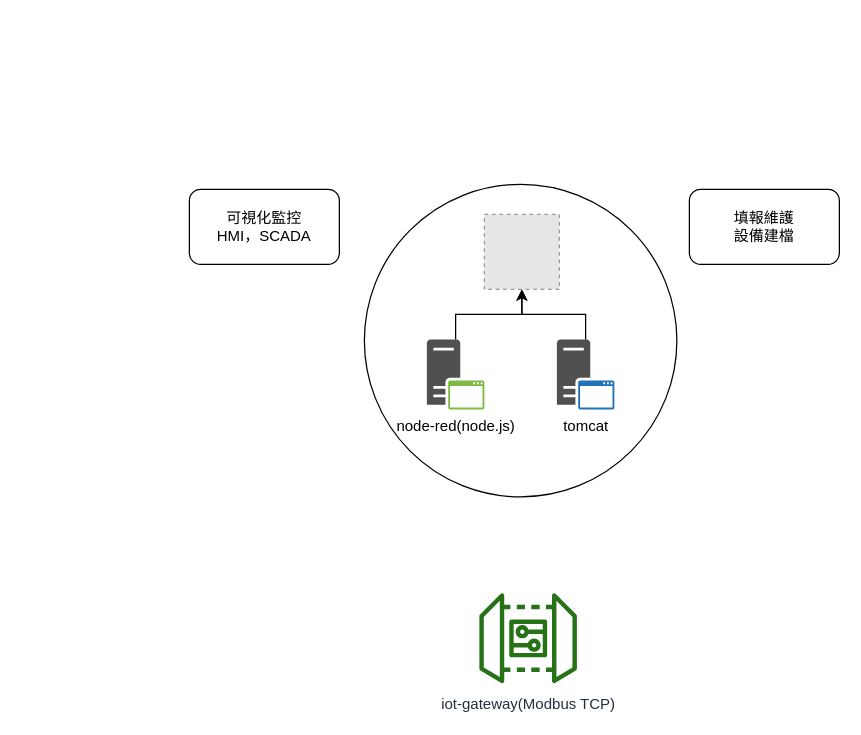
The draw.io diagram iot_env_ctrl_basic.drawio in FR-TW/frapp_iot_doc, before the edit. Source tidied: cells renumbered, new cells numbered last; positions are measured from the earlier drawing's top-left corner, leaving out a move shared by most shapes. Both pictures are drawn from the tidied source at 125%, with x=0, y=0 at pixel (189, 184). Pictures stored in the file or linked from it are replaced by grey dashed boxes.
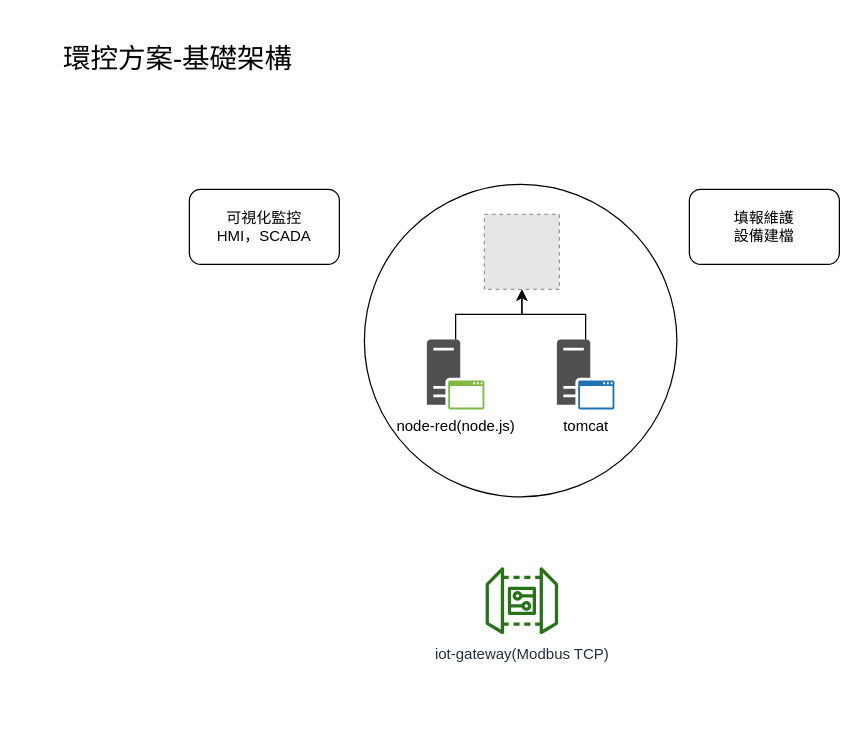
After the change.

Change to the diagram source:
```diff
@@
 <mxGraphModel>
   <root>
     <mxCell id="0" />
     <mxCell id="1" parent="0" />
     <mxCell id="2" style="ellipse;whiteSpace=wrap;html=1;" parent="1" vertex="1">
       <mxGeometry x="140" width="250" height="250" as="geometry" />
     </mxCell>
     <mxCell id="3" value="填報維護&lt;br&gt;設備建檔" style="rounded=1;whiteSpace=wrap;html=1;" parent="1" vertex="1">
       <mxGeometry x="400" y="4" width="120" height="60" as="geometry" />
     </mxCell>
     <mxCell id="4" value="可視化監控&lt;br&gt;HMI，SCADA" style="rounded=1;whiteSpace=wrap;html=1;" parent="1" vertex="1">
       <mxGeometry y="4" width="120" height="60" as="geometry" />
     </mxCell>
     <mxCell id="5" value="tomcat" style="shadow=0;dashed=0;html=1;strokeColor=none;fillColor=#505050;labelPosition=center;verticalLabelPosition=bottom;verticalAlign=top;outlineConnect=0;align=center;shape=mxgraph.office.servers.application_server_blue;" parent="1" vertex="1">
       <mxGeometry x="294" y="124" width="46" height="56" as="geometry" />
     </mxCell>
     <mxCell id="6" value="node-red(node.js)" style="shadow=0;dashed=0;html=1;strokeColor=none;fillColor=#505050;labelPosition=center;verticalLabelPosition=bottom;verticalAlign=top;outlineConnect=0;align=center;shape=mxgraph.office.servers.application_server_green;" parent="1" vertex="1">
       <mxGeometry x="190" y="124" width="46" height="56" as="geometry" />
     </mxCell>
     <mxCell id="7" value="iot-gateway(Modbus TCP)" style="fontColor=#232F3E;gradientColor=none;fillColor=#277116;strokeColor=none;dashed=0;verticalLabelPosition=bottom;verticalAlign=top;align=center;html=1;fontSize=12;fontStyle=0;shape=mxgraph.aws4.iot_device_gateway;" parent="1" vertex="1">
-      <mxGeometry x="232" y="324" width="78" height="78" as="geometry" />
+      <mxGeometry x="237" y="304" width="58" height="58" as="geometry" />
     </mxCell>
     <mxCell id="8" style="edgeStyle=orthogonalEdgeStyle;rounded=0;jettySize=auto;html=1;startArrow=classic;startFill=1;endArrow=none;endFill=0;" parent="1" edge="1" source="10" target="6">
       <mxGeometry relative="1" as="geometry" />
     </mxCell>
     <mxCell id="9" style="edgeStyle=orthogonalEdgeStyle;rounded=0;jettySize=auto;html=1;startArrow=classic;startFill=1;endArrow=none;endFill=0;" parent="1" edge="1" source="10" target="5">
       <mxGeometry relative="1" as="geometry" />
     </mxCell>
     <mxCell id="10" style="fillColor=#E6E6E6;strokeColor=#999999;dashed=1;verticalLabelPosition=bottom;labelBackgroundColor=#ffffff;verticalAlign=top;" parent="1" vertex="1">
       <mxGeometry x="236" y="24" width="60" height="60" as="geometry" />
     </mxCell>
+    <mxCell id="11" value="環控方案-基礎架構" style="text;html=1;strokeColor=none;fillColor=none;align=center;verticalAlign=middle;whiteSpace=wrap;rounded=0;fontFamily=Noto Sans TC;FType=g;fontSize=22;" parent="1" vertex="1">
+      <mxGeometry x="-134" y="-130" width="250" height="60" as="geometry" />
+    </mxCell>
   </root>
 </mxGraphModel>
```
